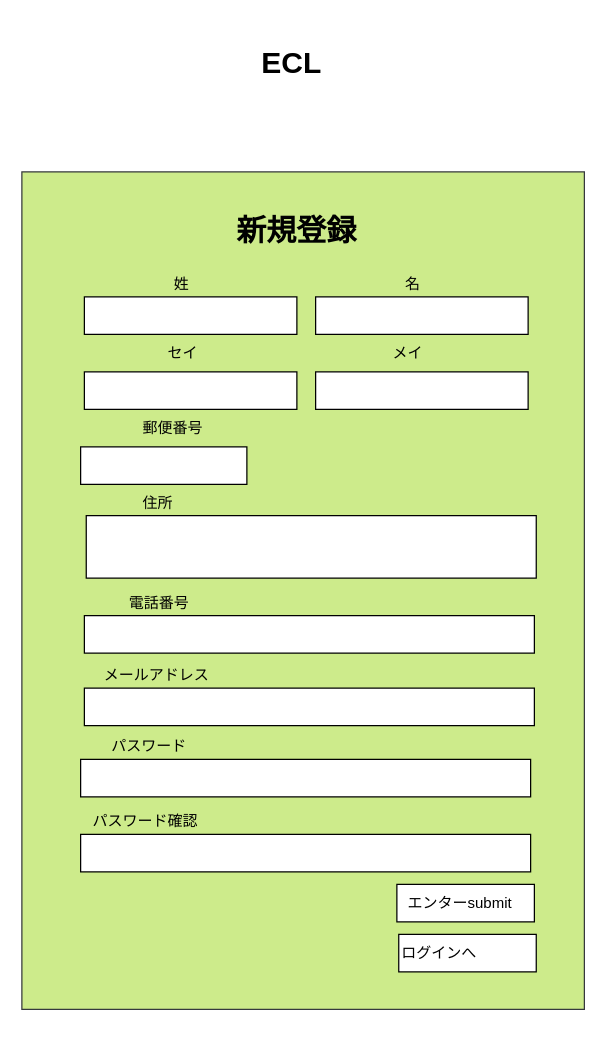
Earlier version of the draw.io diagram ワイヤーフレーム/user/user_signup.drawio (ecl11/ECL). Source tidied: cells renumbered, new cells numbered last; positions are measured from the earlier drawing's top-left corner, leaving out a move shared by most shapes. Both pictures are drawn from the tidied source at 125%, with x=0, y=0 at pixel (21, 21).
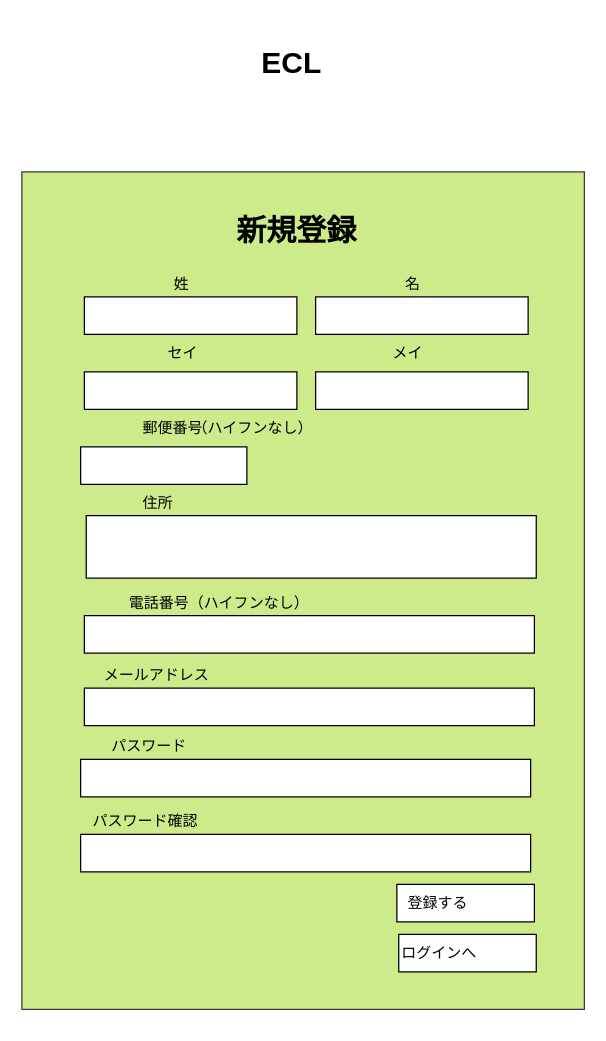
The same page after the edit.

Diff of the diagram source:
```diff
@@
-    <mxCell id="23" value="電話番号&lt;br&gt;" style="text;html=1;align=left;verticalAlign=top;spacingTop=-4;" parent="1" vertex="1">
-      <mxGeometry x="83.5" y="455" width="60" height="20" as="geometry" />
+    <mxCell id="23" value="電話番号（ハイフンなし）&lt;br&gt;" style="text;html=1;align=left;verticalAlign=top;spacingTop=-4;" parent="1" vertex="1">
+      <mxGeometry x="83.5" y="455" width="160" height="20" as="geometry" />
     </mxCell>
@@
-    <mxCell id="29" value="エンターsubmit" style="text;html=1;align=left;verticalAlign=top;spacingTop=-4;" parent="1" vertex="1">
-      <mxGeometry x="307" y="695" width="100" height="20" as="geometry" />
+    <mxCell id="29" value="登録する" style="text;html=1;align=left;verticalAlign=top;spacingTop=-4;" parent="1" vertex="1">
+      <mxGeometry x="307" y="695" width="60" height="20" as="geometry" />
     </mxCell>
@@
+    <mxCell id="31" value="（ハイフンなし）" style="text;html=1;align=left;verticalAlign=top;spacingTop=-4;" parent="1" vertex="1">
+      <mxGeometry x="135" y="315" width="110" height="20" as="geometry" />
+    </mxCell>
```
